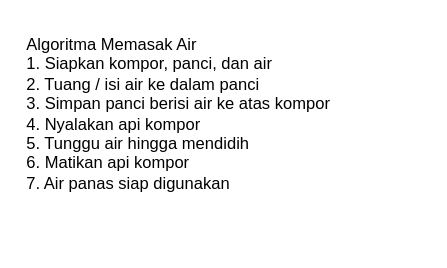
This is Untitled Diagram.drawio from mfdrfauzi/fwg17-computer-science, a draw.io file, before an edit. Source tidied: cells renumbered, new cells numbered last; positions are measured from the earlier drawing's top-left corner, leaving out a move shared by most shapes. Both pictures are drawn from the tidied source at 138%, with x=0, y=0 at pixel (23, 23).
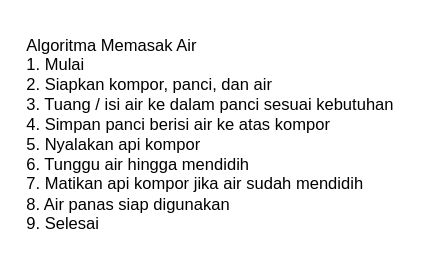
After the change.

Diff of the diagram source:
```diff
@@
 <mxGraphModel>
   <root>
     <mxCell id="0" />
     <mxCell id="1" parent="0" />
-    <mxCell id="2" value="Algoritma Memasak Air&lt;br&gt;1. Siapkan kompor, panci, dan air&lt;br&gt;2. Tuang / isi air ke dalam panci&lt;br&gt;3. Simpan panci berisi air ke atas kompor&lt;br&gt;4. Nyalakan api kompor&lt;br&gt;5. Tunggu air hingga mendidih&lt;br&gt;6. Matikan api kompor&lt;br&gt;7. Air panas siap digunakan" style="text;html=1;align=left;verticalAlign=middle;strokeColor=none;fillColor=none;" parent="1" vertex="1">
-      <mxGeometry width="240" height="130" as="geometry" />
+    <mxCell id="2" value="Algoritma Memasak Air&lt;br&gt;1. Mulai&lt;br&gt;2. Siapkan kompor, panci, dan air&lt;br&gt;3. Tuang / isi air ke dalam panci sesuai kebutuhan&lt;br&gt;4. Simpan panci berisi air ke atas kompor&lt;br&gt;5. Nyalakan api kompor&lt;br&gt;6. Tunggu air hingga mendidih&lt;br&gt;7. Matikan api kompor jika air sudah mendidih&lt;br&gt;8. Air panas siap digunakan&lt;br&gt;9. Selesai" style="text;html=1;align=left;verticalAlign=middle;strokeColor=none;fillColor=none;" parent="1" vertex="1">
+      <mxGeometry width="290" height="160" as="geometry" />
     </mxCell>
   </root>
 </mxGraphModel>
```
